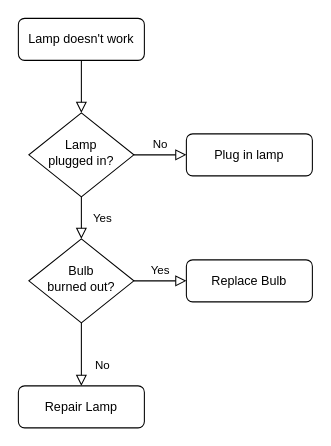
Before: Storyboard.drawio in kauheaa/JokesOnYou, a draw.io diagram. Source tidied: cells renumbered, new cells numbered last; positions are measured from the earlier drawing's top-left corner, leaving out a move shared by most shapes. Both pictures are drawn from the tidied source at 105%, with x=0, y=0 at pixel (18, 18).
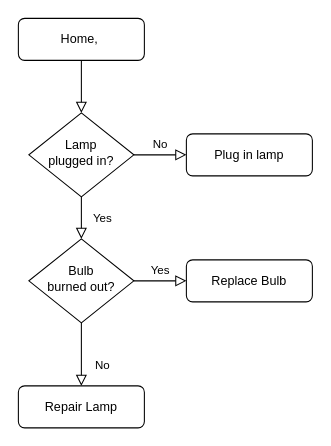
The same page after the edit.

Change to the diagram source:
```diff
@@
 <mxGraphModel>
   <root>
     <mxCell id="0" />
     <mxCell id="1" parent="0" />
     <mxCell id="2" style="rounded=0;html=1;jettySize=auto;fontSize=11;endArrow=block;endFill=0;endSize=8;strokeWidth=1;shadow=0;labelBackgroundColor=none;edgeStyle=orthogonalEdgeStyle;" parent="1" edge="1" source="3" target="6">
       <mxGeometry relative="1" as="geometry" />
     </mxCell>
-    <mxCell id="3" value="Lamp doesn't work" style="rounded=1;whiteSpace=wrap;html=1;fontSize=12;glass=0;strokeWidth=1;shadow=0;" parent="1" vertex="1">
+    <mxCell id="3" value="Home,&amp;nbsp;" style="rounded=1;whiteSpace=wrap;html=1;fontSize=12;glass=0;strokeWidth=1;shadow=0;" parent="1" vertex="1">
       <mxGeometry width="120" height="40" as="geometry" />
     </mxCell>
     <mxCell id="4" value="Yes" style="rounded=0;html=1;jettySize=auto;fontSize=11;endArrow=block;endFill=0;endSize=8;strokeWidth=1;shadow=0;labelBackgroundColor=none;edgeStyle=orthogonalEdgeStyle;" parent="1" edge="1" source="6" target="10">
       <mxGeometry y="20" relative="1" as="geometry" />
     </mxCell>
     <mxCell id="5" value="No" style="edgeStyle=orthogonalEdgeStyle;rounded=0;html=1;jettySize=auto;fontSize=11;endArrow=block;endFill=0;endSize=8;strokeWidth=1;shadow=0;labelBackgroundColor=none;" parent="1" edge="1" source="6" target="7">
       <mxGeometry y="10" relative="1" as="geometry" />
     </mxCell>
     <mxCell id="6" value="Lamp&lt;br&gt;plugged in?" style="rhombus;whiteSpace=wrap;html=1;shadow=0;fontFamily=Helvetica;fontSize=12;align=center;strokeWidth=1;spacing=6;spacingTop=-4;" parent="1" vertex="1">
       <mxGeometry x="10" y="90" width="100" height="80" as="geometry" />
     </mxCell>
     <mxCell id="7" value="Plug in lamp" style="rounded=1;whiteSpace=wrap;html=1;fontSize=12;glass=0;strokeWidth=1;shadow=0;" parent="1" vertex="1">
       <mxGeometry x="160" y="110" width="120" height="40" as="geometry" />
     </mxCell>
     <mxCell id="8" value="No" style="rounded=0;html=1;jettySize=auto;fontSize=11;endArrow=block;endFill=0;endSize=8;strokeWidth=1;shadow=0;labelBackgroundColor=none;edgeStyle=orthogonalEdgeStyle;" parent="1" edge="1" source="10" target="11">
       <mxGeometry x="0.33" y="20" relative="1" as="geometry" />
     </mxCell>
     <mxCell id="9" value="Yes" style="edgeStyle=orthogonalEdgeStyle;rounded=0;html=1;jettySize=auto;fontSize=11;endArrow=block;endFill=0;endSize=8;strokeWidth=1;shadow=0;labelBackgroundColor=none;" parent="1" edge="1" source="10" target="12">
       <mxGeometry y="10" relative="1" as="geometry" />
     </mxCell>
     <mxCell id="10" value="Bulb&lt;br&gt;burned out?" style="rhombus;whiteSpace=wrap;html=1;shadow=0;fontFamily=Helvetica;fontSize=12;align=center;strokeWidth=1;spacing=6;spacingTop=-4;" parent="1" vertex="1">
       <mxGeometry x="10" y="210" width="100" height="80" as="geometry" />
     </mxCell>
     <mxCell id="11" value="Repair Lamp" style="rounded=1;whiteSpace=wrap;html=1;fontSize=12;glass=0;strokeWidth=1;shadow=0;" parent="1" vertex="1">
       <mxGeometry y="350" width="120" height="40" as="geometry" />
     </mxCell>
     <mxCell id="12" value="Replace Bulb" style="rounded=1;whiteSpace=wrap;html=1;fontSize=12;glass=0;strokeWidth=1;shadow=0;" parent="1" vertex="1">
       <mxGeometry x="160" y="230" width="120" height="40" as="geometry" />
     </mxCell>
   </root>
 </mxGraphModel>
```
